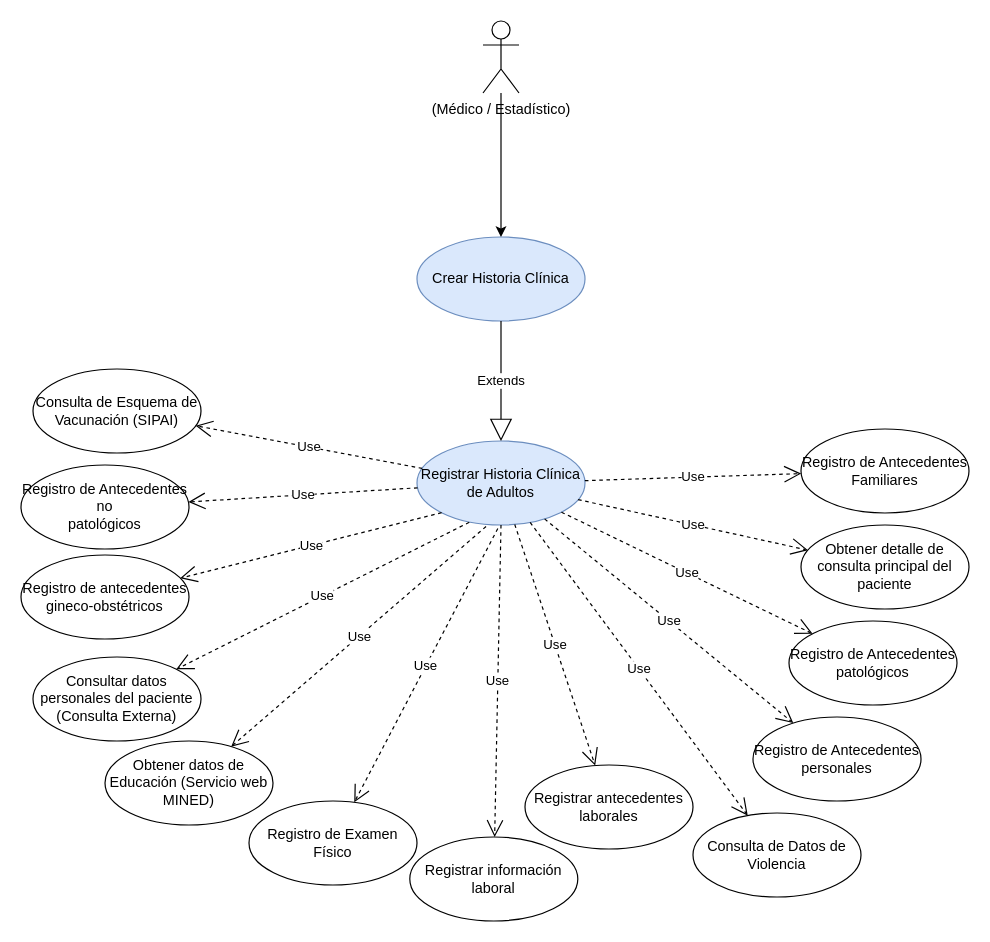
Before: page "CU Adulto" (7 of 13) of Diagramas de los Módulos.drawio in marguello86/Equipo1_MINSA, a draw.io diagram. Source tidied: cells renumbered, new cells numbered last; positions are measured from the earlier drawing's top-left corner, leaving out a move shared by most shapes. Both pictures are drawn from the tidied source at 120%, with x=0, y=0 at pixel (20, 20).
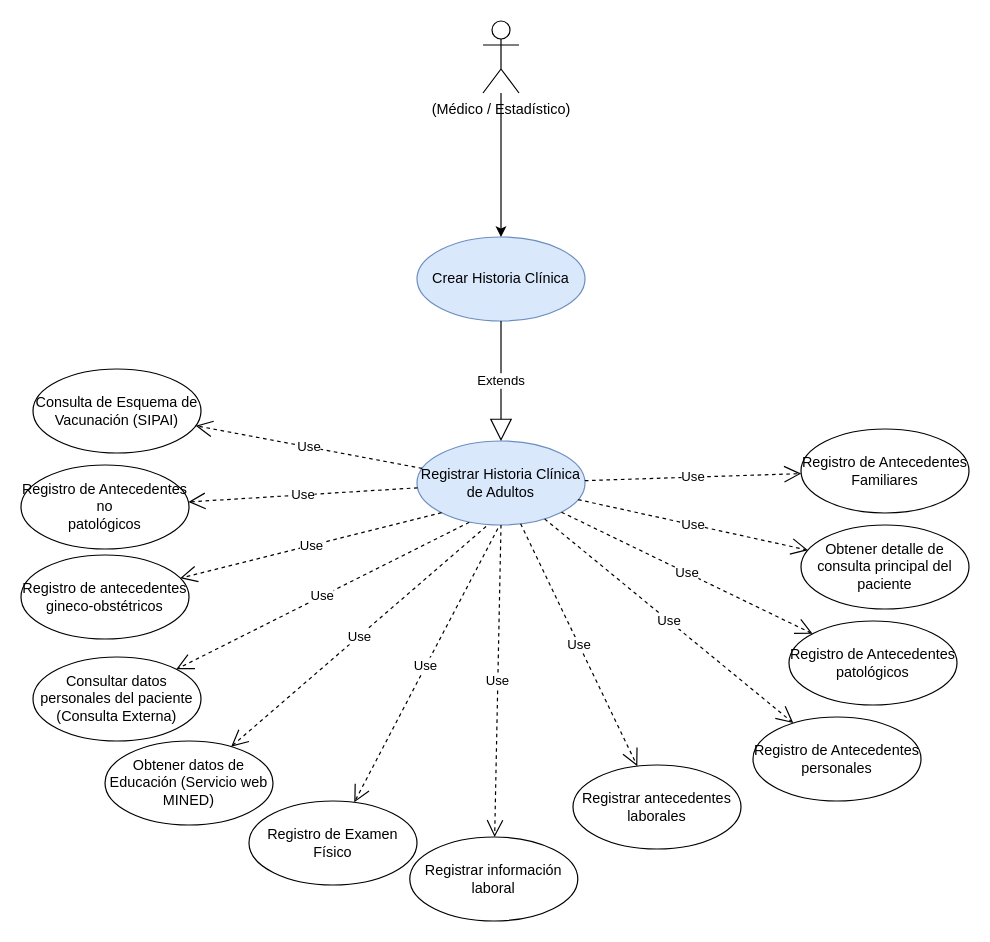
Above is the later version.

Unchanged cells that the change refers to:
```xml
<mxCell id="2" value="Registrar Historia Clínica de Adultos" style="ellipse;whiteSpace=wrap;html=1;fillColor=#dae8fc;strokeColor=#6c8ebf;" parent="1" vertex="1">
  <mxGeometry x="330" y="350" width="140" height="70" as="geometry" />
</mxCell>
```

Diff of the diagram source:
```diff
@@
-    <mxCell id="10" value="Consulta de Datos de Violencia" style="ellipse;whiteSpace=wrap;html=1;" parent="1" vertex="1">
-      <mxGeometry x="560" y="660" width="140" height="70" as="geometry" />
-    </mxCell>
     <mxCell id="11" value="Registrar antecedentes laborales" style="ellipse;whiteSpace=wrap;html=1;" parent="1" vertex="1">
-      <mxGeometry x="420" y="620" width="140" height="70" as="geometry" />
+      <mxGeometry x="460" y="620" width="140" height="70" as="geometry" />
     </mxCell>
@@
-    <mxCell id="21" value="Use" style="endArrow=open;endSize=12;dashed=1;html=1;rounded=0;" parent="1" edge="1" source="2" target="10">
-      <mxGeometry relative="1" as="geometry" />
-    </mxCell>
```
